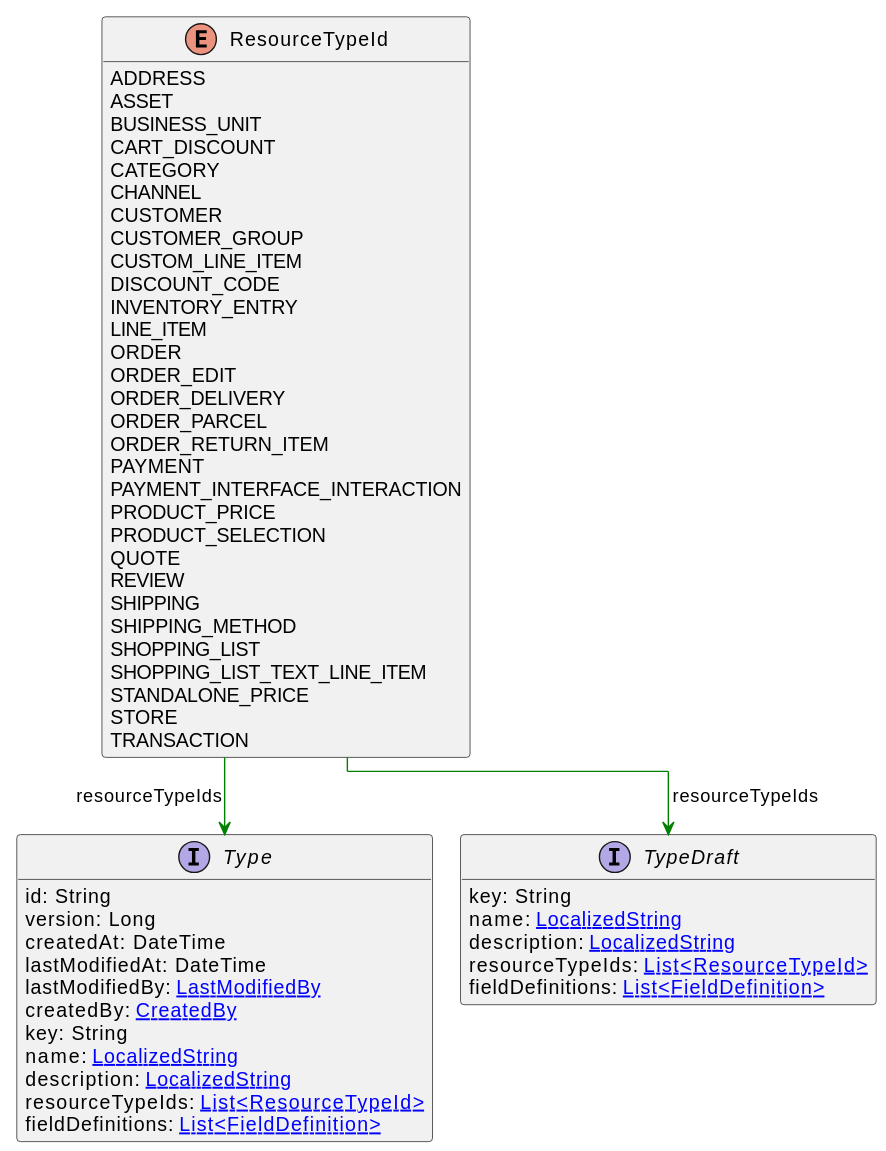
Above: uml/api/svg/ResourceTypeId.svg in commercetools/commercetools-api-reference (PlantUML), before the change.
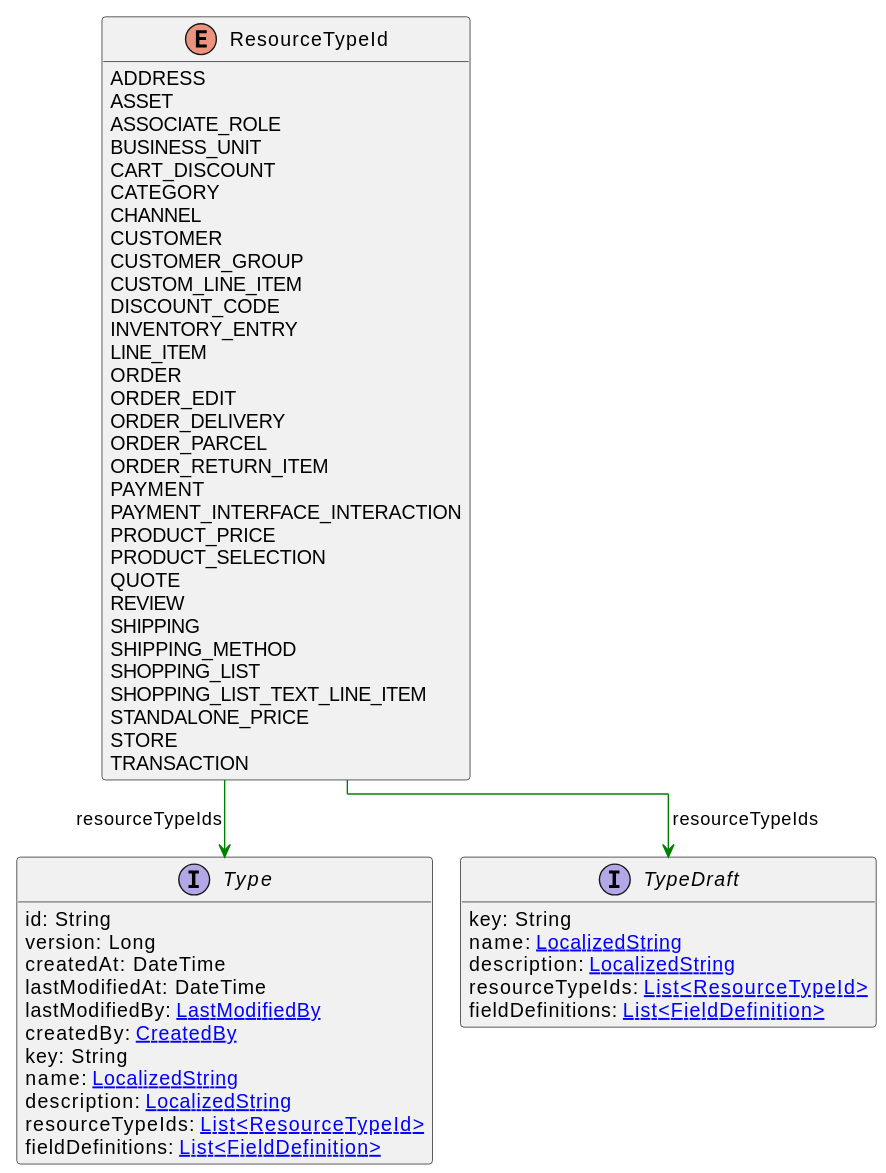
Above is the later version.

Change to the diagram source:
```diff
@@ -4,6 +4,7 @@
 enum ResourceTypeId {
     ADDRESS
     ASSET
+    ASSOCIATE_ROLE
     BUSINESS_UNIT
     CART_DISCOUNT
     CATEGORY
```
